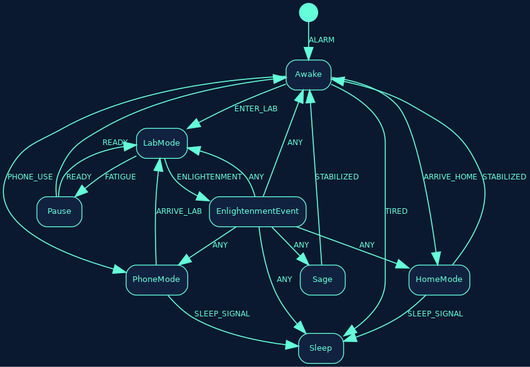
The Graphviz diagram State.png in caiespin/EmotionalStateMachinePipeline, before a commit. Its source is kept beside it as State.dot.
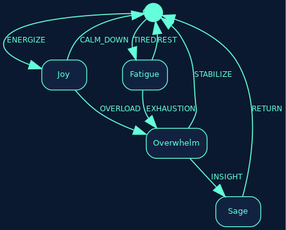
After the commit.

Commit message:
✅ Updated State.xml and EmotionalStateMachine.c with Entry/Exit Actions and SubHSMs

The edit, as a diff of the source:
```diff
@@ -1,35 +1,22 @@
-digraph PipelineAgentStateMachine {
+digraph EmotionalStateMachine {
   rankdir=TB;
   bgcolor="#0a192f";
   node [shape=box, style="rounded,filled", fillcolor="#112240", fontcolor="#64ffda", fontname="Helvetica", fontsize=10, color="#64ffda"];
   edge [color="#64ffda", fontname="Helvetica", fontsize=9, fontcolor="#64ffda", penwidth=1.2, arrowsize=1.5];
 
-  InitPState [shape=circle, fixedsize=true, width=0.3, style=filled, fillcolor="#64ffda", label=""];
-  InitPState -> Awake [label="ALARM"];
-  Awake [label="Awake"];
-  Awake -> LabMode [label="ENTER_LAB"];
-  Awake -> PhoneMode [label="PHONE_USE"];
-  Awake -> Sleep [label="TIRED"];
-  Awake -> HomeMode [label="ARRIVE_HOME"];
-  PhoneMode [label="PhoneMode"];
-  PhoneMode -> LabMode [label="ARRIVE_LAB"];
-  PhoneMode -> Sleep [label="SLEEP_SIGNAL"];
-  LabMode [label="LabMode"];
-  LabMode -> Pause [label="FATIGUE"];
-  LabMode -> EnlightenmentEvent [label="ENLIGHTENMENT"];
-  Pause [label="Pause"];
-  Pause -> LabMode [label="READY"];
-  Pause -> Awake [label="READY"];
-  EnlightenmentEvent [label="EnlightenmentEvent"];
-  EnlightenmentEvent -> Sleep [label="ANY"];
-  EnlightenmentEvent -> Awake [label="ANY"];
-  EnlightenmentEvent -> LabMode [label="ANY"];
-  EnlightenmentEvent -> PhoneMode [label="ANY"];
-  EnlightenmentEvent -> HomeMode [label="ANY"];
-  EnlightenmentEvent -> Sage [label="ANY"];
-  HomeMode [label="HomeMode"];
-  HomeMode -> Awake [label="STABILIZED"];
-  HomeMode -> Sleep [label="SLEEP_SIGNAL"];
+  Calm [shape=circle, fixedsize=true, width=0.3, style=filled, fillcolor="#64ffda", label=""];
+  Calm -> Joy [label="ENERGIZE"];
+  Calm -> Fatigue [label="TIRED"];
+  Calm [label="Calm"];
+  Joy [label="Joy"];
+  Joy -> Calm [label="CALM_DOWN"];
+  Joy -> Overwhelm [label="OVERLOAD"];
+  Fatigue [label="Fatigue"];
+  Fatigue -> Calm [label="REST"];
+  Fatigue -> Overwhelm [label="EXHAUSTION"];
+  Overwhelm [label="Overwhelm"];
+  Overwhelm -> Calm [label="STABILIZE"];
+  Overwhelm -> Sage [label="INSIGHT"];
   Sage [label="Sage"];
-  Sage -> Awake [label="STABILIZED"];
+  Sage -> Calm [label="RETURN"];
 }
```
